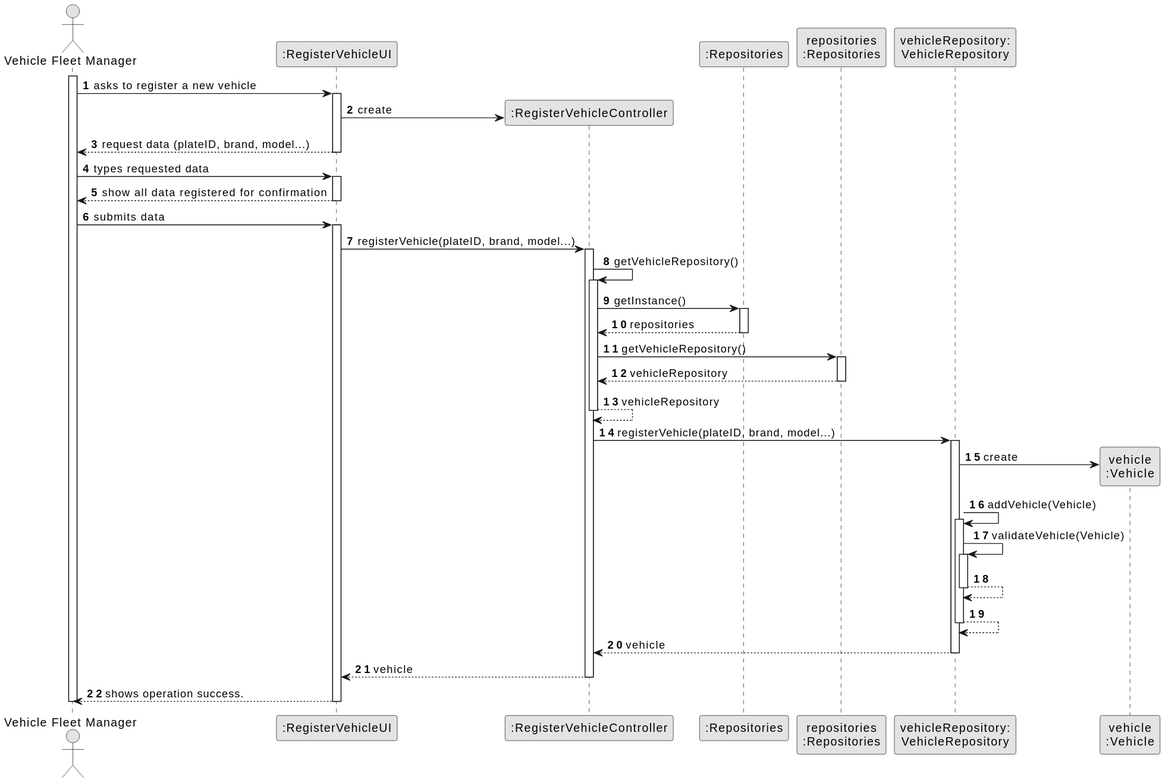
SAEmanuel/Green_Spaces_Management_ISEP keeps this PlantUML diagram as docs/sprintC/us006/03.design/svg/us006-sequence-diagram-full.svg. Above is the earlier version.
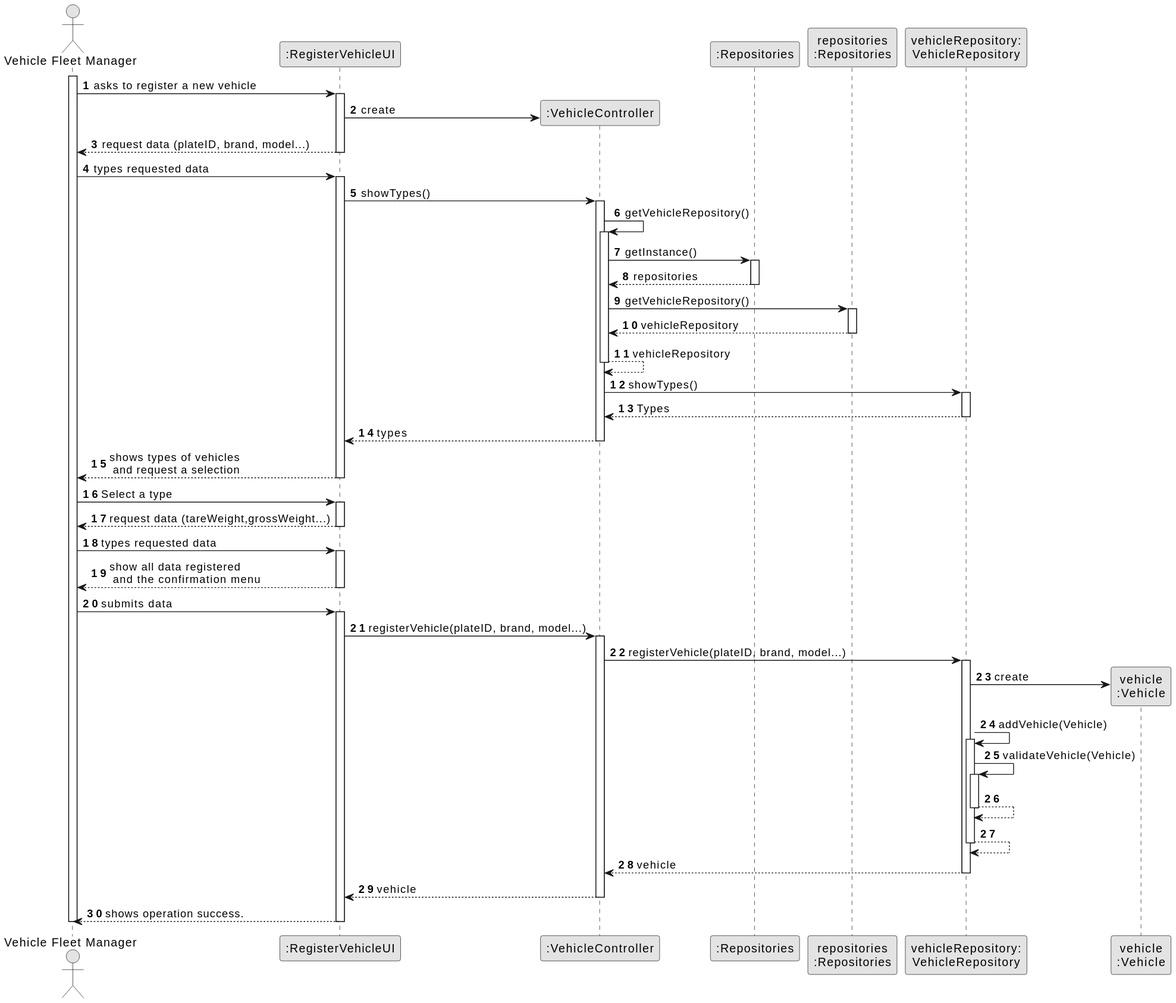
Above is the later version.

The edit, as a diff of the source:
```diff
@@ -7,7 +7,7 @@
 
 actor "Vehicle Fleet Manager" as VFM
 participant ":RegisterVehicleUI" as UI
-participant ":RegisterVehicleController" as CTRL
+participant ":VehicleController" as CTRL
 participant ":Repositories" as RepositorySingleton
 participant "repositories\n:Repositories" as PLAT
 participant "vehicleRepository:\nVehicleRepository" as vehicleRepository
@@ -27,16 +27,8 @@
         VFM -> UI : types requested data
         activate UI
 
-
-        UI --> VFM : show all data registered  for confirmation
-        deactivate UI
-
-    VFM -> UI : submits data
-    activate UI
-
-        UI -> CTRL : registerVehicle(plateID, brand, model...)
+        UI -> CTRL : showTypes()
         activate CTRL
-
 
             CTRL -> CTRL : getVehicleRepository()
                         activate CTRL
@@ -55,6 +47,39 @@
 
                             CTRL --> CTRL : vehicleRepository
                         deactivate CTRL
+
+        CTRL -> vehicleRepository : showTypes()
+        activate vehicleRepository
+
+
+        vehicleRepository --> CTRL : Types
+        deactivate vehicleRepository
+
+        CTRL --> UI : types
+        deactivate CTRL
+        UI --> VFM : shows types of vehicles\n and request a selection
+            deactivate UI
+
+        VFM -> UI : Select a type
+        activate UI
+
+        UI --> VFM : request data (tareWeight,grossWeight...)
+            deactivate UI
+
+        VFM -> UI : types requested data
+        activate UI
+
+        UI --> VFM : show all data registered\n and the confirmation menu
+        deactivate UI
+
+    VFM -> UI : submits data
+    activate UI
+
+        UI -> CTRL : registerVehicle(plateID, brand, model...)
+        activate CTRL
+
+
+
 
             CTRL -> vehicleRepository: registerVehicle(plateID, brand, model...)
             activate vehicleRepository
```
